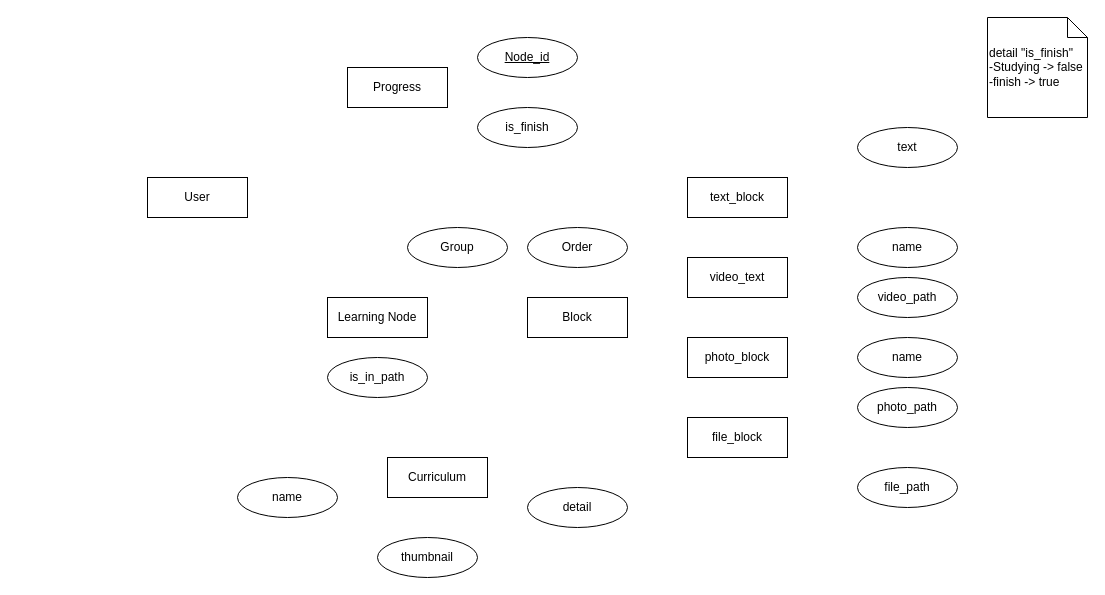
This is Untitled Diagram.drawio from TendonT52/ProjectProgMath, a draw.io file, before an edit. Source tidied: cells renumbered, new cells numbered last; positions are measured from the earlier drawing's top-left corner, leaving out a move shared by most shapes. Both pictures are drawn from the tidied source at 100%, with x=0, y=0 at pixel (147, 17).
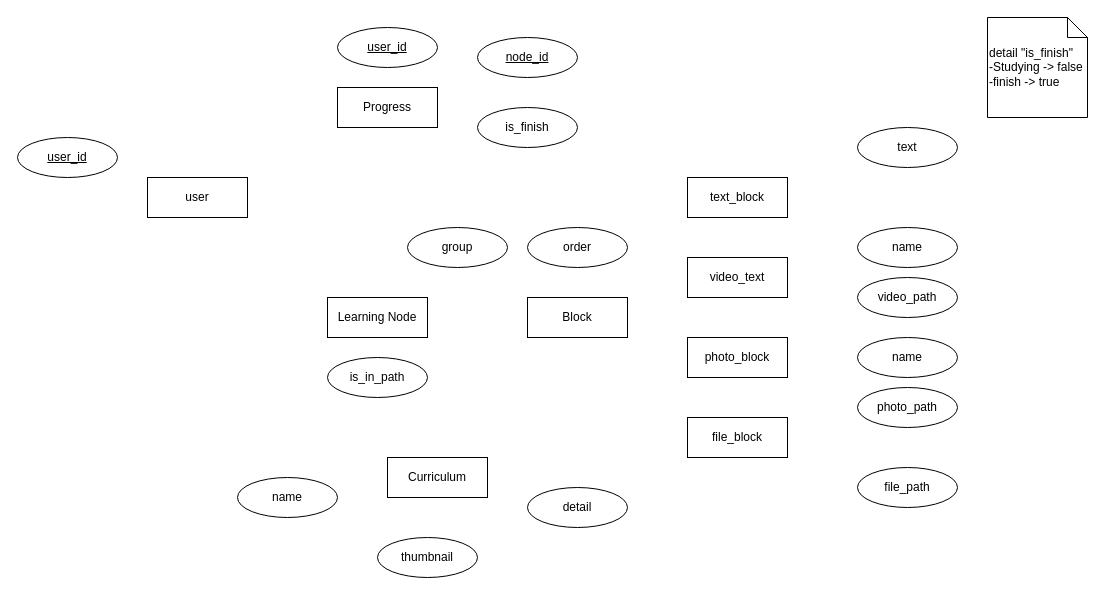
The same diagram, later.

Diff of the diagram source:
```diff
@@
-    <mxCell id="5" value="User" style="whiteSpace=wrap;html=1;align=center;" parent="1" vertex="1">
+    <mxCell id="5" value="user" style="whiteSpace=wrap;html=1;align=center;" parent="1" vertex="1">
       <mxGeometry y="160" width="100" height="40" as="geometry" />
     </mxCell>
     <mxCell id="6" value="Progress" style="whiteSpace=wrap;html=1;align=center;" parent="1" vertex="1">
-      <mxGeometry x="200" y="50" width="100" height="40" as="geometry" />
+      <mxGeometry x="190" y="70" width="100" height="40" as="geometry" />
     </mxCell>
@@
-    <mxCell id="22" value="Group" style="ellipse;whiteSpace=wrap;html=1;align=center;" parent="1" vertex="1">
+    <mxCell id="22" value="group" style="ellipse;whiteSpace=wrap;html=1;align=center;" parent="1" vertex="1">
       <mxGeometry x="260" y="210" width="100" height="40" as="geometry" />
     </mxCell>
-    <mxCell id="23" value="Order" style="ellipse;whiteSpace=wrap;html=1;align=center;" parent="1" vertex="1">
+    <mxCell id="23" value="order" style="ellipse;whiteSpace=wrap;html=1;align=center;" parent="1" vertex="1">
       <mxGeometry x="380" y="210" width="100" height="40" as="geometry" />
     </mxCell>
-    <mxCell id="24" value="Node_id" style="ellipse;whiteSpace=wrap;html=1;align=center;fontStyle=4;" parent="1" vertex="1">
+    <mxCell id="24" value="node_id" style="ellipse;whiteSpace=wrap;html=1;align=center;fontStyle=4;" parent="1" vertex="1">
       <mxGeometry x="330" y="20" width="100" height="40" as="geometry" />
     </mxCell>
@@
+    <mxCell id="26" value="user_id" style="ellipse;whiteSpace=wrap;html=1;align=center;fontStyle=4;" parent="1" vertex="1">
+      <mxGeometry x="-130" y="120" width="100" height="40" as="geometry" />
+    </mxCell>
+    <mxCell id="27" value="user_id" style="ellipse;whiteSpace=wrap;html=1;align=center;fontStyle=4;" parent="1" vertex="1">
+      <mxGeometry x="190" y="10" width="100" height="40" as="geometry" />
+    </mxCell>
```
